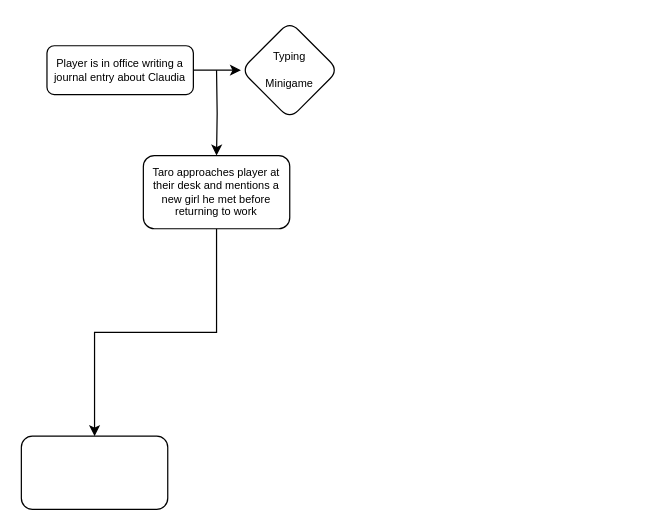
Above: Love Me Love Me/flowchart_storyline.drawio in L0veRaven/L0veRavenRenPy (draw.io), before the change. Source tidied: cells renumbered, new cells numbered last; positions are measured from the earlier drawing's top-left corner, leaving out a move shared by most shapes. Both pictures are drawn from the tidied source at 122%, with x=0, y=0 at pixel (21, 21).
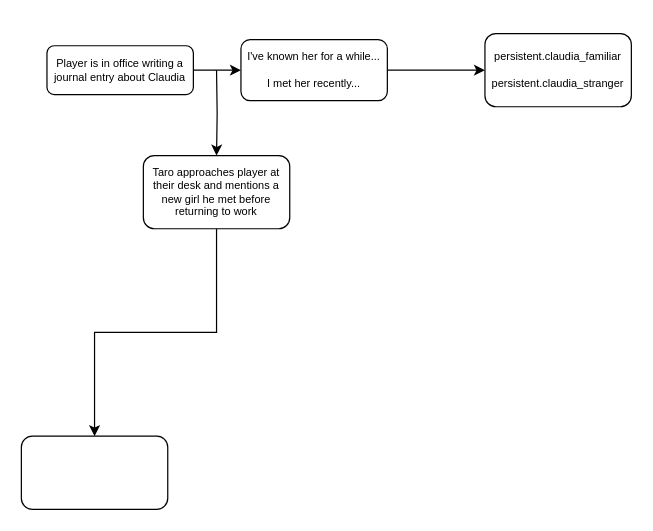
The same diagram, later.

What changed in the source:
```diff
@@
 <mxGraphModel>
   <root>
     <mxCell id="0" />
     <mxCell id="1" parent="0" />
     <mxCell id="2" style="edgeStyle=orthogonalEdgeStyle;rounded=0;jettySize=auto;html=1;" parent="1" edge="1" source="3" target="8">
       <mxGeometry relative="1" as="geometry" />
     </mxCell>
     <mxCell id="3" value="&lt;div&gt;Player is in office writing a journal entry about Claudia&lt;/div&gt;" style="rounded=1;whiteSpace=wrap;html=1;fontSize=9;glass=0;strokeWidth=1;shadow=0;" parent="1" vertex="1">
       <mxGeometry x="21" y="20" width="120" height="40" as="geometry" />
     </mxCell>
     <mxCell id="4" style="edgeStyle=orthogonalEdgeStyle;rounded=0;jettySize=auto;html=1;" parent="1" edge="1" source="5" target="6">
       <mxGeometry relative="1" as="geometry" />
     </mxCell>
     <mxCell id="5" value="Taro approaches player at their desk and mentions a new girl he met before returning to work" style="whiteSpace=wrap;html=1;fontSize=9;rounded=1;glass=0;strokeWidth=1;shadow=0;" parent="1" vertex="1">
       <mxGeometry x="100" y="110" width="120" height="60" as="geometry" />
     </mxCell>
     <mxCell id="6" style="whiteSpace=wrap;html=1;fontSize=9;rounded=1;glass=0;strokeWidth=1;shadow=0;" parent="1" vertex="1">
       <mxGeometry y="340" width="120" height="60" as="geometry" />
     </mxCell>
     <mxCell id="7" style="edgeStyle=orthogonalEdgeStyle;rounded=0;jettySize=auto;html=1;" parent="1" edge="1" target="5">
       <mxGeometry relative="1" as="geometry">
         <mxPoint x="160" y="40" as="sourcePoint" />
       </mxGeometry>
     </mxCell>
+    <mxCell id="9" style="edgeStyle=orthogonalEdgeStyle;rounded=0;jettySize=auto;html=1;" parent="1" edge="1" source="8" target="10">
+      <mxGeometry relative="1" as="geometry" />
+    </mxCell>
-    <mxCell id="8" value="Typing&lt;br&gt;&lt;div&gt;&lt;br&gt;&lt;/div&gt;&lt;div&gt;Minigame&lt;/div&gt;" style="rhombus;whiteSpace=wrap;html=1;fontSize=9;rounded=1;glass=0;strokeWidth=1;shadow=0;" parent="1" vertex="1">
-      <mxGeometry x="180" width="80" height="80" as="geometry" />
+    <mxCell id="8" value="I've known her for a while...&lt;br&gt;&lt;br&gt;I met her recently..." style="square;whiteSpace=wrap;html=1;fontSize=9;rounded=1;glass=0;strokeWidth=1;shadow=0;" parent="1" vertex="1">
+      <mxGeometry x="180" y="15" width="120" height="50" as="geometry" />
     </mxCell>
+    <mxCell id="10" value="persistent.claudia_familiar&lt;br&gt;&lt;br&gt;persistent.claudia_stranger" style="whiteSpace=wrap;html=1;fontSize=9;rounded=1;glass=0;strokeWidth=1;shadow=0;" parent="1" vertex="1">
+      <mxGeometry x="380" y="10" width="120" height="60" as="geometry" />
+    </mxCell>
   </root>
 </mxGraphModel>
```
